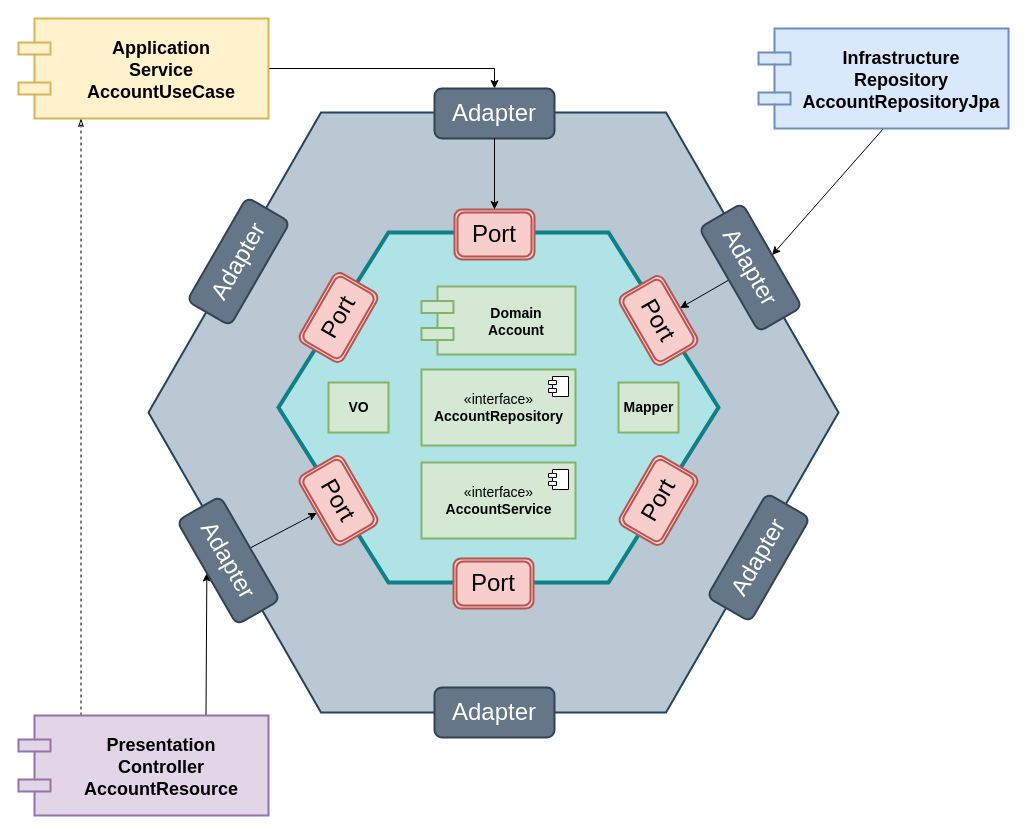
fabianogoes/demo-kotlin-ddd-with-spring keeps this draw.io diagram as page "port-adapter" (2 of 3) of doc/demo-ddd-account.drawio. Above is the earlier version. Source tidied: cells renumbered, new cells numbered last; positions are measured from the earlier drawing's top-left corner, leaving out a move shared by most shapes. Both pictures are drawn from the tidied source at 100%, with x=0, y=0 at pixel (18, 18).
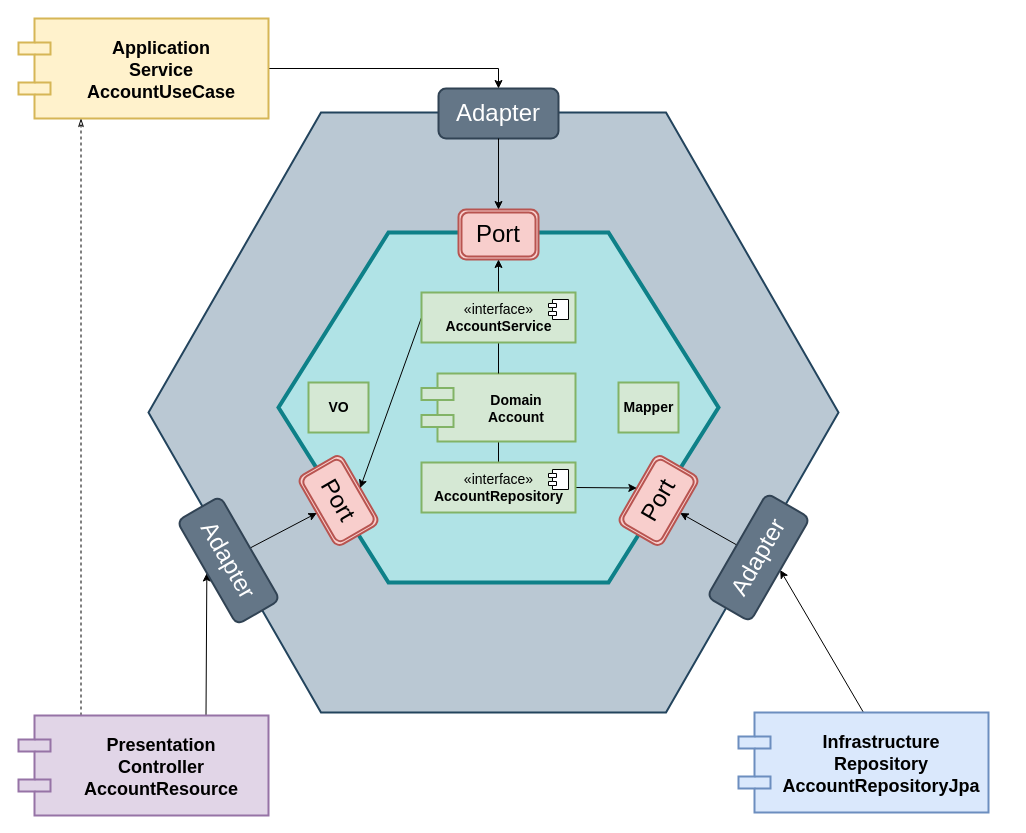
The same page after the edit.

The change refers to these unchanged cells:
```xml
<mxCell id="21" value="Port" style="shape=ext;rounded=1;html=1;whiteSpace=wrap;double=1;strokeColor=#b85450;strokeWidth=2;fontSize=24;align=center;fillColor=#f8cecc;rotation=-60;" parent="1" vertex="1">
  <mxGeometry x="600" y="457" width="80" height="50" as="geometry" />
</mxCell>
<mxCell id="22" value="Port" style="shape=ext;rounded=1;html=1;whiteSpace=wrap;double=1;strokeColor=#b85450;strokeWidth=2;fontSize=24;align=center;fillColor=#f8cecc;rotation=60;" parent="1" vertex="1">
  <mxGeometry x="280" y="457" width="80" height="50" as="geometry" />
</mxCell>
<mxCell id="23" value="Adapter" style="shape=ext;rounded=1;html=1;whiteSpace=wrap;strokeColor=#314354;strokeWidth=2;fontSize=24;align=center;fillColor=#647687;fontColor=#ffffff;rotation=-60;" parent="1" vertex="1">
  <mxGeometry x="680" y="514" width="120" height="50" as="geometry" />
</mxCell>
```

Diff of the diagram source:
```diff
@@
+    <mxCell id="33" style="edgeStyle=none;rounded=0;jettySize=auto;html=1;exitX=0.5;exitY=1;exitDx=0;exitDy=0;entryX=0.5;entryY=0;entryDx=0;entryDy=0;endArrow=none;endFill=0;" parent="1" edge="1" source="4" target="27">
+      <mxGeometry relative="1" as="geometry" />
+    </mxCell>
     <mxCell id="4" value="Domain&#10;Account" style="shape=component;align=center;spacingLeft=36;strokeColor=#82b366;strokeWidth=2;fontSize=14;fillColor=#d5e8d4;fontStyle=1;" parent="1" vertex="1">
-      <mxGeometry x="403" y="268" width="154" height="68" as="geometry" />
+      <mxGeometry x="403" y="355" width="154" height="68" as="geometry" />
     </mxCell>
-    <mxCell id="5" value="Port" style="shape=ext;rounded=1;html=1;whiteSpace=wrap;double=1;strokeColor=#b85450;strokeWidth=2;fontSize=24;align=center;fillColor=#f8cecc;" parent="1" vertex="1">
-      <mxGeometry x="435" y="540" width="80" height="50" as="geometry" />
-    </mxCell>
     <mxCell id="6" value="Port" style="shape=ext;rounded=1;html=1;whiteSpace=wrap;double=1;strokeColor=#b85450;strokeWidth=2;fontSize=24;align=center;fillColor=#f8cecc;" parent="1" vertex="1">
-      <mxGeometry x="436" y="191" width="80" height="50" as="geometry" />
+      <mxGeometry x="440" y="191" width="80" height="50" as="geometry" />
     </mxCell>
     <mxCell id="7" value="Adapter" style="shape=ext;rounded=1;html=1;whiteSpace=wrap;strokeColor=#314354;strokeWidth=2;fontSize=24;align=center;fillColor=#647687;fontColor=#ffffff;" parent="1" vertex="1">
-      <mxGeometry x="416" y="70" width="120" height="50" as="geometry" />
+      <mxGeometry x="420" y="70" width="120" height="50" as="geometry" />
     </mxCell>
@@
-    <mxCell id="9" value="Adapter" style="shape=ext;rounded=1;html=1;whiteSpace=wrap;strokeColor=#314354;strokeWidth=2;fontSize=24;align=center;fillColor=#647687;fontColor=#ffffff;" parent="1" vertex="1">
-      <mxGeometry x="416" y="669" width="120" height="50" as="geometry" />
-    </mxCell>
@@
-    <mxCell id="15" value="Port" style="shape=ext;rounded=1;html=1;whiteSpace=wrap;double=1;strokeColor=#b85450;strokeWidth=2;fontSize=24;align=center;rotation=60;fillColor=#f8cecc;" parent="1" vertex="1">
-      <mxGeometry x="600" y="277" width="80" height="50" as="geometry" />
-    </mxCell>
-    <mxCell id="16" style="rounded=0;jettySize=auto;html=1;exitX=0.5;exitY=1;exitDx=0;exitDy=0;entryX=0.5;entryY=0;entryDx=0;entryDy=0;startArrow=none;startFill=0;endArrow=classic;endFill=1;fontSize=24;" parent="1" edge="1" source="17" target="15">
+    <mxCell id="16" style="rounded=0;jettySize=auto;html=1;exitX=0.5;exitY=0;exitDx=0;exitDy=0;entryX=0.5;entryY=1;entryDx=0;entryDy=0;startArrow=none;startFill=0;endArrow=classic;endFill=1;fontSize=24;" parent="1" edge="1" source="23" target="21">
       <mxGeometry relative="1" as="geometry" />
     </mxCell>
-    <mxCell id="17" value="Adapter" style="shape=ext;rounded=1;html=1;whiteSpace=wrap;strokeColor=#314354;strokeWidth=2;fontSize=24;align=center;rotation=60;fillColor=#647687;fontColor=#ffffff;" parent="1" vertex="1">
-      <mxGeometry x="672" y="224" width="120" height="50" as="geometry" />
-    </mxCell>
-    <mxCell id="18" style="rounded=0;jettySize=auto;html=1;exitX=0.5;exitY=1;exitDx=0;exitDy=0;entryX=0.5;entryY=0;entryDx=0;entryDy=0;startArrow=none;startFill=0;endArrow=classic;endFill=1;fontSize=24;" parent="1" edge="1" source="19" target="17">
+    <mxCell id="18" style="rounded=0;jettySize=auto;html=1;exitX=0.5;exitY=0;exitDx=0;exitDy=0;entryX=0.5;entryY=1;entryDx=0;entryDy=0;startArrow=none;startFill=0;endArrow=classic;endFill=1;fontSize=24;" parent="1" edge="1" source="19" target="23">
       <mxGeometry relative="1" as="geometry" />
     </mxCell>
     <mxCell id="19" value="Infrastructure&#10;Repository&#10;AccountRepositoryJpa" style="shape=component;align=center;spacingLeft=36;strokeColor=#6c8ebf;strokeWidth=2;fontSize=18;fillColor=#dae8fc;fontStyle=1;" parent="1" vertex="1">
-      <mxGeometry x="740" y="10" width="250" height="100" as="geometry" />
+      <mxGeometry x="720" y="694" width="250" height="100" as="geometry" />
     </mxCell>
-    <mxCell id="20" value="Port" style="shape=ext;rounded=1;html=1;whiteSpace=wrap;double=1;strokeColor=#b85450;strokeWidth=2;fontSize=24;align=center;fillColor=#f8cecc;rotation=-60;" parent="1" vertex="1">
-      <mxGeometry x="280" y="274" width="80" height="50" as="geometry" />
-    </mxCell>
@@
-    <mxCell id="24" value="Adapter" style="shape=ext;rounded=1;html=1;whiteSpace=wrap;strokeColor=#314354;strokeWidth=2;fontSize=24;align=center;fillColor=#647687;fontColor=#ffffff;rotation=-60;" parent="1" vertex="1">
-      <mxGeometry x="160" y="218" width="120" height="50" as="geometry" />
-    </mxCell>
@@
+    <mxCell id="34" style="rounded=0;jettySize=auto;html=1;exitX=1;exitY=0.5;exitDx=0;exitDy=0;entryX=0.5;entryY=0;entryDx=0;entryDy=0;" parent="1" edge="1" source="27" target="21">
+      <mxGeometry relative="1" as="geometry" />
+    </mxCell>
     <mxCell id="27" value="«interface»&lt;br style=&quot;font-size: 14px;&quot;&gt;&lt;b style=&quot;font-size: 14px;&quot;&gt;AccountRepository&lt;/b&gt;" style="html=1;strokeColor=#82b366;strokeWidth=2;fontSize=14;align=center;fillColor=#d5e8d4;" parent="1" vertex="1">
-      <mxGeometry x="403" y="351" width="154" height="76" as="geometry" />
+      <mxGeometry x="403" y="444" width="154" height="50" as="geometry" />
     </mxCell>
@@
+    <mxCell id="35" style="edgeStyle=none;rounded=0;jettySize=auto;html=1;exitX=0.5;exitY=0;exitDx=0;exitDy=0;entryX=0.5;entryY=1;entryDx=0;entryDy=0;" parent="1" edge="1" source="29" target="6">
+      <mxGeometry relative="1" as="geometry" />
+    </mxCell>
+    <mxCell id="36" style="edgeStyle=none;rounded=0;jettySize=auto;html=1;exitX=0;exitY=0.5;exitDx=0;exitDy=0;entryX=0.5;entryY=0;entryDx=0;entryDy=0;" parent="1" edge="1" source="29" target="22">
+      <mxGeometry relative="1" as="geometry" />
+    </mxCell>
+    <mxCell id="37" style="edgeStyle=none;rounded=0;jettySize=auto;html=1;exitX=0.5;exitY=1;exitDx=0;exitDy=0;entryX=0.5;entryY=0;entryDx=0;entryDy=0;endArrow=none;endFill=0;" parent="1" edge="1" source="29" target="4">
+      <mxGeometry relative="1" as="geometry" />
+    </mxCell>
     <mxCell id="29" value="«interface»&lt;br style=&quot;font-size: 14px&quot;&gt;&lt;b style=&quot;font-size: 14px&quot;&gt;AccountService&lt;/b&gt;" style="html=1;strokeColor=#82b366;strokeWidth=2;fontSize=14;align=center;fillColor=#d5e8d4;" parent="1" vertex="1">
-      <mxGeometry x="403" y="444" width="154" height="76" as="geometry" />
+      <mxGeometry x="403" y="274" width="154" height="50" as="geometry" />
     </mxCell>
@@
     <mxCell id="31" value="VO" style="html=1;strokeColor=#82b366;strokeWidth=2;fontSize=14;align=center;fillColor=#d5e8d4;fontStyle=1;" parent="1" vertex="1">
-      <mxGeometry x="310" y="364" width="60" height="50" as="geometry" />
+      <mxGeometry x="290" y="364" width="60" height="50" as="geometry" />
     </mxCell>
```
